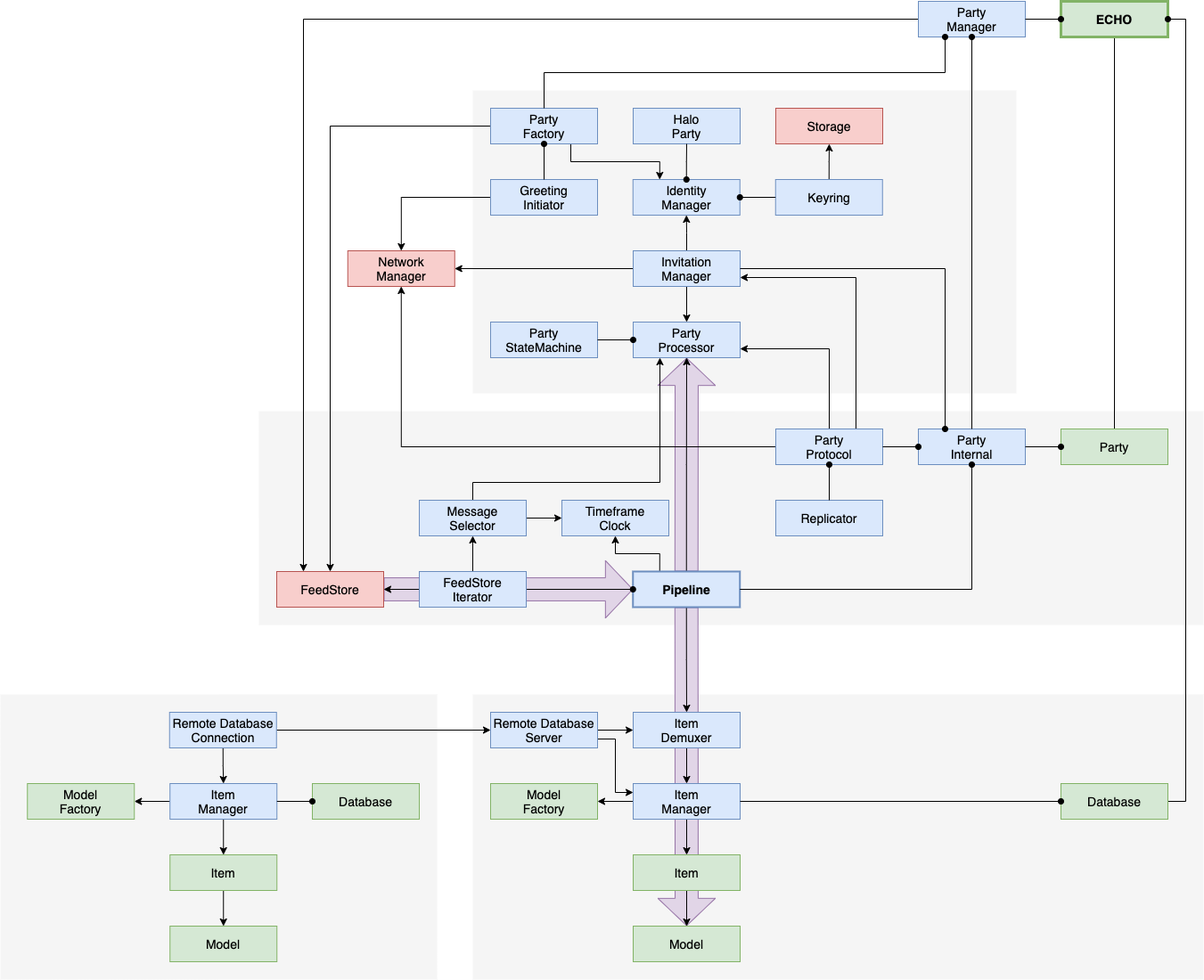
Before: docs/diagrams/data-processing-2.png, a diagram exported from draw.io (dxos/dxos). Source tidied: cells renumbered, new cells last; positions are measured from the earlier drawing's top-left corner, leaving out a move shared by most shapes.
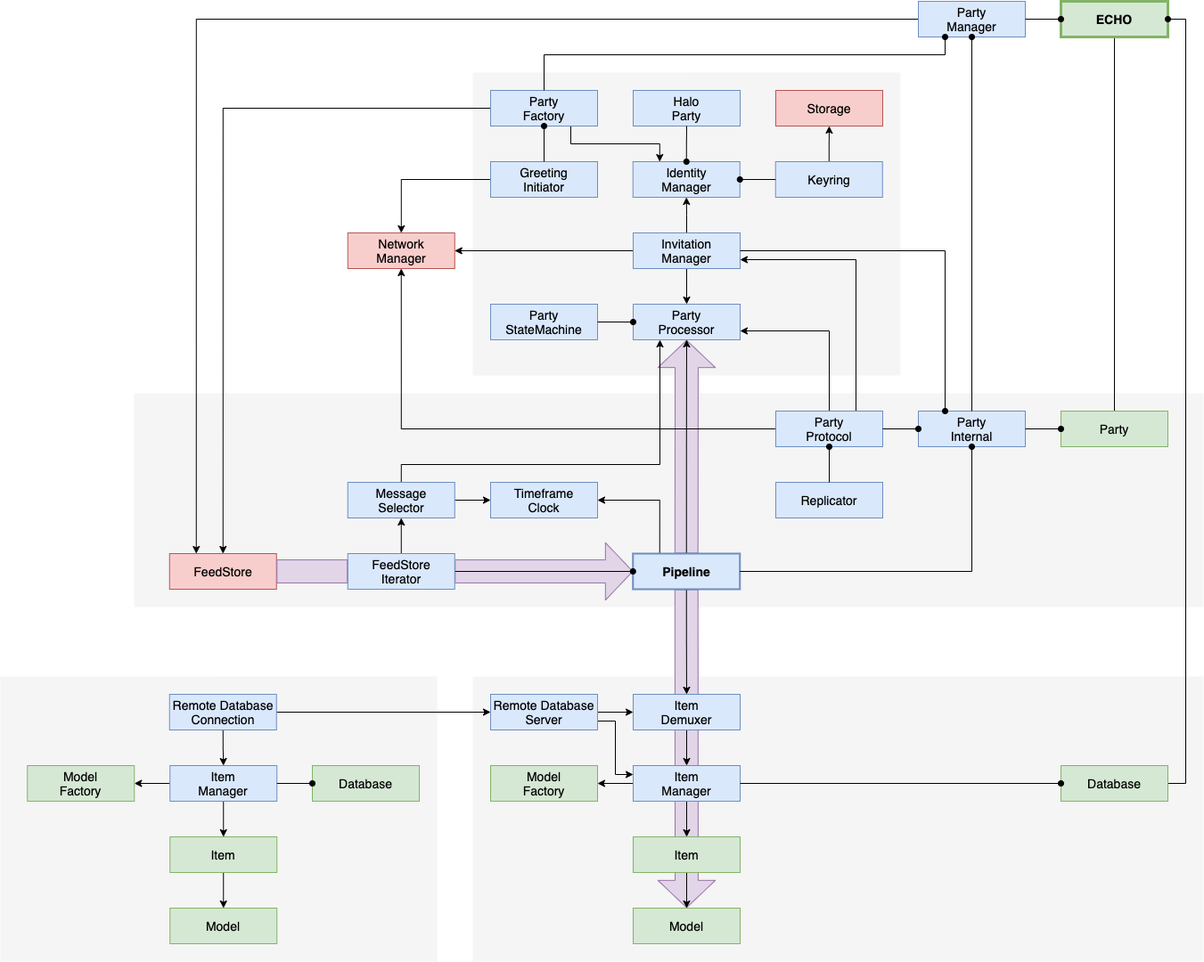
Above is the later version.

Change to the diagram source:
```diff
@@ -3,9 +3,9 @@
     <mxCell id="0" />
     <mxCell id="1" parent="0" />
     <mxCell id="2" style="rounded=0;whiteSpace=wrap;html=1;fontSize=14;fontFamily=Helvetica;fontStyle=0;fillColor=#f5f5f5;dashed=1;fontColor=#333333;strokeColor=none;" parent="1" vertex="1">
-      <mxGeometry x="290" y="460" width="1060" height="240" as="geometry" />
+      <mxGeometry x="150" y="460" width="1200" height="240" as="geometry" />
     </mxCell>
-    <mxCell id="3" style="shape=flexArrow;endArrow=classic;html=1;fillColor=#e1d5e7;strokeColor=#9673a6;endWidth=37.64705882352941;endSize=9.882352941176471;width=25.88235294117647;" parent="1" edge="1" source="56">
+    <mxCell id="3" style="shape=flexArrow;endArrow=classic;html=1;fillColor=#e1d5e7;strokeColor=#9673a6;endWidth=37.64705882352941;endSize=9.882352941176471;width=25.88235294117647;startArrow=none;" parent="1" edge="1" source="73">
       <mxGeometry relative="1" as="geometry">
         <mxPoint x="710" y="660" as="targetPoint" />
       </mxGeometry>
@@ -17,7 +17,7 @@
       <mxGeometry relative="1" as="geometry" />
     </mxCell>
     <mxCell id="6" style="rounded=0;whiteSpace=wrap;html=1;fontSize=14;fontFamily=Helvetica;fontStyle=0;fillColor=#f5f5f5;dashed=1;fontColor=#333333;strokeColor=none;" parent="1" vertex="1">
-      <mxGeometry x="530" y="100" width="610" height="340" as="geometry" />
+      <mxGeometry x="530" y="100" width="480" height="340" as="geometry" />
     </mxCell>
     <mxCell id="7" style="shape=flexArrow;endArrow=classic;html=1;entryX=0.5;entryY=1;entryDx=0;entryDy=0;fillColor=#e1d5e7;strokeColor=#9673a6;endWidth=37.64705882352941;endSize=9.882352941176471;width=25.88235294117647;exitX=0.5;exitY=0;exitDx=0;exitDy=0;" parent="1" edge="1" source="19" target="20">
       <mxGeometry relative="1" as="geometry" />
@@ -26,7 +26,7 @@
       <mxGeometry relative="1" as="geometry" />
     </mxCell>
     <mxCell id="9" value="Party&lt;br&gt;Manager" style="rounded=0;whiteSpace=wrap;html=1;fontSize=14;fontFamily=Helvetica;fillColor=#dae8fc;strokeColor=#6c8ebf;fontStyle=0;strokeWidth=1;" parent="1" vertex="1">
-      <mxGeometry x="1030" width="120" height="40" as="geometry" />
+      <mxGeometry x="1030" y="20" width="120" height="40" as="geometry" />
     </mxCell>
     <mxCell id="10" value="Party&lt;br&gt;Internal" style="rounded=0;whiteSpace=wrap;html=1;fontSize=14;fontFamily=Helvetica;fillColor=#dae8fc;strokeColor=#6c8ebf;fontStyle=0;strokeWidth=1;" parent="1" vertex="1">
       <mxGeometry x="1030" y="480" width="120" height="40" as="geometry" />
@@ -52,7 +52,7 @@
     <mxCell id="17" style="edgeStyle=orthogonalEdgeStyle;rounded=0;jettySize=auto;html=1;exitX=0.5;exitY=0;exitDx=0;exitDy=0;" parent="1" edge="1" source="19" target="20">
       <mxGeometry relative="1" as="geometry" />
     </mxCell>
-    <mxCell id="18" style="edgeStyle=orthogonalEdgeStyle;rounded=0;jettySize=auto;html=1;exitX=0.25;exitY=0;exitDx=0;exitDy=0;" parent="1" edge="1" source="19" target="22">
+    <mxCell id="18" style="edgeStyle=orthogonalEdgeStyle;rounded=0;jettySize=auto;html=1;exitX=0.25;exitY=0;exitDx=0;exitDy=0;entryX=1;entryY=0.5;entryDx=0;entryDy=0;" parent="1" edge="1" source="19" target="22">
       <mxGeometry relative="1" as="geometry" />
     </mxCell>
     <mxCell id="19" value="Pipeline" style="rounded=0;whiteSpace=wrap;html=1;fontSize=14;fontFamily=Helvetica;fillColor=#dae8fc;strokeColor=#6c8ebf;fontStyle=1;strokeWidth=2;" parent="1" vertex="1">
@@ -65,7 +65,7 @@
       <mxGeometry x="550" y="360" width="120" height="40" as="geometry" />
     </mxCell>
     <mxCell id="22" value="Timeframe&lt;br&gt;Clock" style="rounded=0;whiteSpace=wrap;html=1;fontSize=14;fontFamily=Helvetica;fillColor=#dae8fc;strokeColor=#6c8ebf;fontStyle=0;strokeWidth=1;" parent="1" vertex="1">
-      <mxGeometry x="630" y="560" width="120" height="40" as="geometry" />
+      <mxGeometry x="550" y="560" width="120" height="40" as="geometry" />
     </mxCell>
     <mxCell id="23" value="Identity&lt;br&gt;Manager" style="rounded=0;whiteSpace=wrap;html=1;fontSize=14;fontFamily=Helvetica;fillColor=#dae8fc;strokeColor=#6c8ebf;fontStyle=0;strokeWidth=1;" parent="1" vertex="1">
       <mxGeometry x="709.8" y="200" width="120" height="40" as="geometry" />
@@ -148,12 +148,12 @@
       </mxGeometry>
     </mxCell>
     <mxCell id="46" value="ECHO" style="rounded=0;whiteSpace=wrap;html=1;fontSize=14;fontFamily=Helvetica;fillColor=#d5e8d4;strokeColor=#82b366;fontStyle=1;strokeWidth=3;" parent="1" vertex="1">
-      <mxGeometry x="1190" width="120" height="40" as="geometry" />
+      <mxGeometry x="1190" y="20" width="120" height="40" as="geometry" />
     </mxCell>
     <mxCell id="47" style="edgeStyle=orthogonalEdgeStyle;rounded=0;jettySize=auto;html=1;exitX=1;exitY=0.5;exitDx=0;exitDy=0;entryX=1;entryY=0.5;entryDx=0;entryDy=0;endFill=0;endArrow=none;startFill=1;startArrow=oval;" parent="1" edge="1" source="46" target="49">
       <mxGeometry relative="1" as="geometry">
         <Array as="points">
-          <mxPoint x="1330" y="20" />
+          <mxPoint x="1330" y="40" />
           <mxPoint x="1330" y="898" />
         </Array>
       </mxGeometry>
@@ -173,13 +173,13 @@
     <mxCell id="52" style="edgeStyle=orthogonalEdgeStyle;rounded=0;jettySize=auto;html=1;exitX=0.5;exitY=0;exitDx=0;exitDy=0;entryX=0.25;entryY=1;entryDx=0;entryDy=0;" parent="1" edge="1" source="53" target="20">
       <mxGeometry relative="1" as="geometry">
         <Array as="points">
-          <mxPoint x="530" y="540" />
+          <mxPoint x="450" y="540" />
           <mxPoint x="740" y="540" />
         </Array>
       </mxGeometry>
     </mxCell>
     <mxCell id="53" value="Message&lt;br&gt;Selector" style="rounded=0;whiteSpace=wrap;html=1;fontSize=14;fontFamily=Helvetica;fillColor=#dae8fc;strokeColor=#6c8ebf;fontStyle=0;strokeWidth=1;" parent="1" vertex="1">
-      <mxGeometry x="470" y="560" width="120" height="40" as="geometry" />
+      <mxGeometry x="389.8" y="560" width="120" height="40" as="geometry" />
     </mxCell>
     <mxCell id="54" value="Replicator" style="rounded=0;whiteSpace=wrap;html=1;fontSize=14;fontFamily=Helvetica;fillColor=#dae8fc;strokeColor=#6c8ebf;fontStyle=0;strokeWidth=1;" parent="1" vertex="1">
       <mxGeometry x="870" y="560" width="120" height="40" as="geometry" />
@@ -188,7 +188,7 @@
       <mxGeometry x="710" y="120" width="120" height="40" as="geometry" />
     </mxCell>
     <mxCell id="56" value="FeedStore" style="rounded=0;whiteSpace=wrap;html=1;fontSize=14;fontFamily=Helvetica;fillColor=#f8cecc;strokeColor=#b85450;fontStyle=0;strokeWidth=1;" parent="1" vertex="1">
-      <mxGeometry x="310" y="640" width="120" height="40" as="geometry" />
+      <mxGeometry x="189.8" y="640" width="120" height="40" as="geometry" />
     </mxCell>
     <mxCell id="57" value="Item&lt;br&gt;Manager" style="rounded=0;whiteSpace=wrap;html=1;fontSize=14;fontFamily=Helvetica;fillColor=#dae8fc;strokeColor=#6c8ebf;fontStyle=0;strokeWidth=1;" parent="1" vertex="1">
       <mxGeometry x="710" y="878" width="120" height="40" as="geometry" />
@@ -197,7 +197,12 @@
       <mxGeometry x="869.8" y="200" width="120" height="40" as="geometry" />
     </mxCell>
     <mxCell id="59" style="edgeStyle=orthogonalEdgeStyle;rounded=0;jettySize=auto;html=1;exitX=0.25;exitY=1;exitDx=0;exitDy=0;strokeWidth=1;endFill=0;endArrow=none;startFill=1;startArrow=oval;entryX=0.5;entryY=0;entryDx=0;entryDy=0;" parent="1" edge="1" source="9" target="31">
-      <mxGeometry relative="1" as="geometry" />
+      <mxGeometry relative="1" as="geometry">
+        <Array as="points">
+          <mxPoint x="1060" y="80" />
+          <mxPoint x="610" y="80" />
+        </Array>
+      </mxGeometry>
     </mxCell>
     <mxCell id="60" style="edgeStyle=orthogonalEdgeStyle;rounded=0;jettySize=auto;html=1;exitX=0;exitY=0.5;exitDx=0;exitDy=0;entryX=1;entryY=0.5;entryDx=0;entryDy=0;startArrow=oval;startFill=1;endArrow=none;endFill=0;" parent="1" edge="1" source="48" target="10">
       <mxGeometry relative="1" as="geometry" />
@@ -238,9 +243,6 @@
     <mxCell id="72" style="edgeStyle=orthogonalEdgeStyle;rounded=0;jettySize=auto;html=1;exitX=0.5;exitY=0;exitDx=0;exitDy=0;entryX=0.5;entryY=1;entryDx=0;entryDy=0;startArrow=oval;startFill=1;endArrow=none;endFill=0;" parent="1" edge="1" source="23" target="55">
       <mxGeometry relative="1" as="geometry" />
     </mxCell>
-    <mxCell id="73" value="FeedStore&lt;br&gt;Iterator" style="rounded=0;whiteSpace=wrap;html=1;fontSize=14;fontFamily=Helvetica;fillColor=#dae8fc;strokeColor=#6c8ebf;fontStyle=0;strokeWidth=1;" parent="1" vertex="1">
-      <mxGeometry x="470" y="640" width="120" height="40" as="geometry" />
-    </mxCell>
     <mxCell id="74" style="rounded=0;whiteSpace=wrap;html=1;fontSize=14;fontFamily=Helvetica;fontStyle=0;fillColor=#f5f5f5;dashed=1;fontColor=#333333;strokeColor=none;" parent="1" vertex="1">
       <mxGeometry y="778" width="490" height="320" as="geometry" />
     </mxCell>
@@ -289,5 +291,11 @@
     <mxCell id="89" value="Remote Database Server" style="rounded=0;whiteSpace=wrap;html=1;fontSize=14;fontFamily=Helvetica;fillColor=#dae8fc;strokeColor=#6c8ebf;fontStyle=0;strokeWidth=1;" parent="1" vertex="1">
       <mxGeometry x="550" y="798" width="120" height="40" as="geometry" />
     </mxCell>
+    <mxCell id="73" value="FeedStore&lt;br&gt;Iterator" style="rounded=0;whiteSpace=wrap;html=1;fontSize=14;fontFamily=Helvetica;fillColor=#dae8fc;strokeColor=#6c8ebf;fontStyle=0;strokeWidth=1;" parent="1" vertex="1">
+      <mxGeometry x="389.8" y="640" width="120" height="40" as="geometry" />
+    </mxCell>
+    <mxCell id="90" style="shape=flexArrow;endArrow=none;html=1;fillColor=#e1d5e7;strokeColor=#9673a6;endWidth=37.64705882352941;endSize=9.882352941176471;width=25.88235294117647;" parent="1" edge="1" source="56" target="73">
+      <mxGeometry relative="1" as="geometry" />
+    </mxCell>
   </root>
 </mxGraphModel>
```
